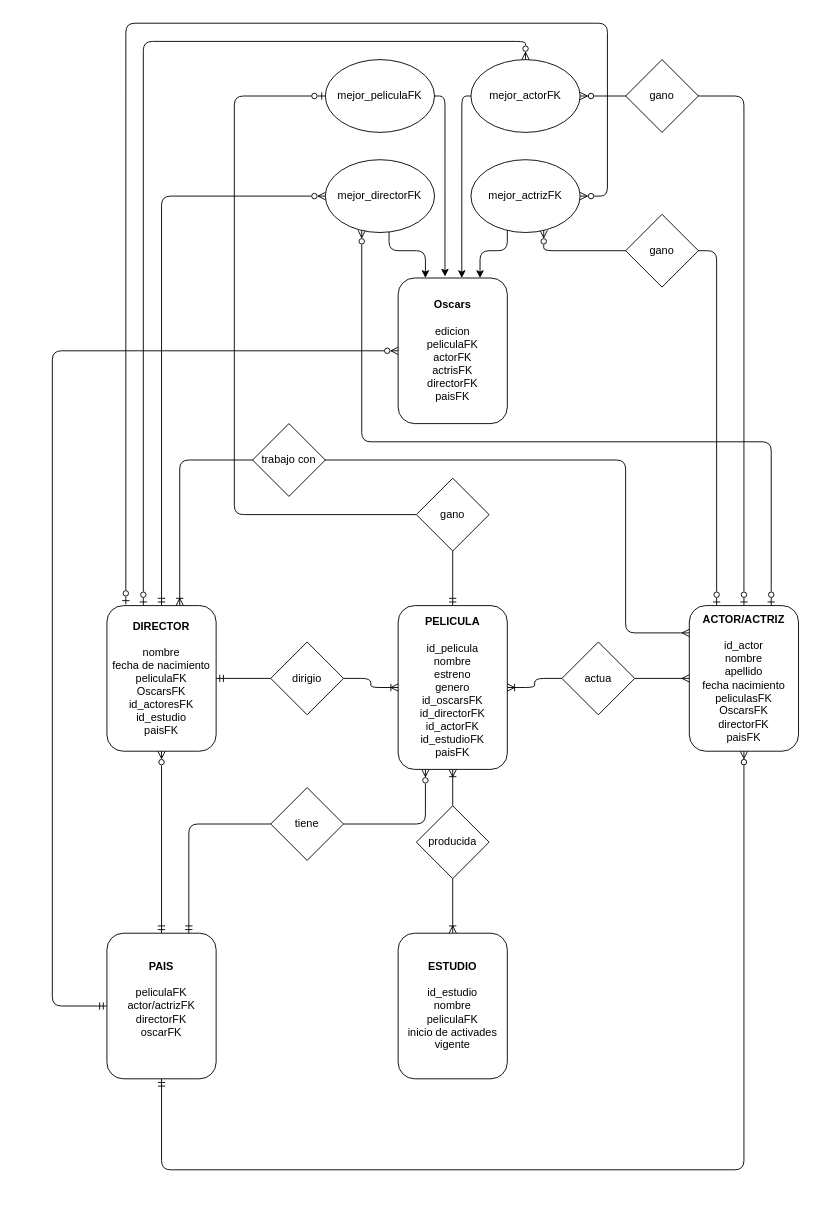
Earlier version of the draw.io diagram Diagrama.drawio (EmanuelRigo/pre-entrega-1-sql-coderhouse). Source tidied: cells renumbered, new cells numbered last; positions are measured from the earlier drawing's top-left corner, leaving out a move shared by most shapes. Both pictures are drawn from the tidied source at 91%, with x=0, y=0 at pixel (52, 23).
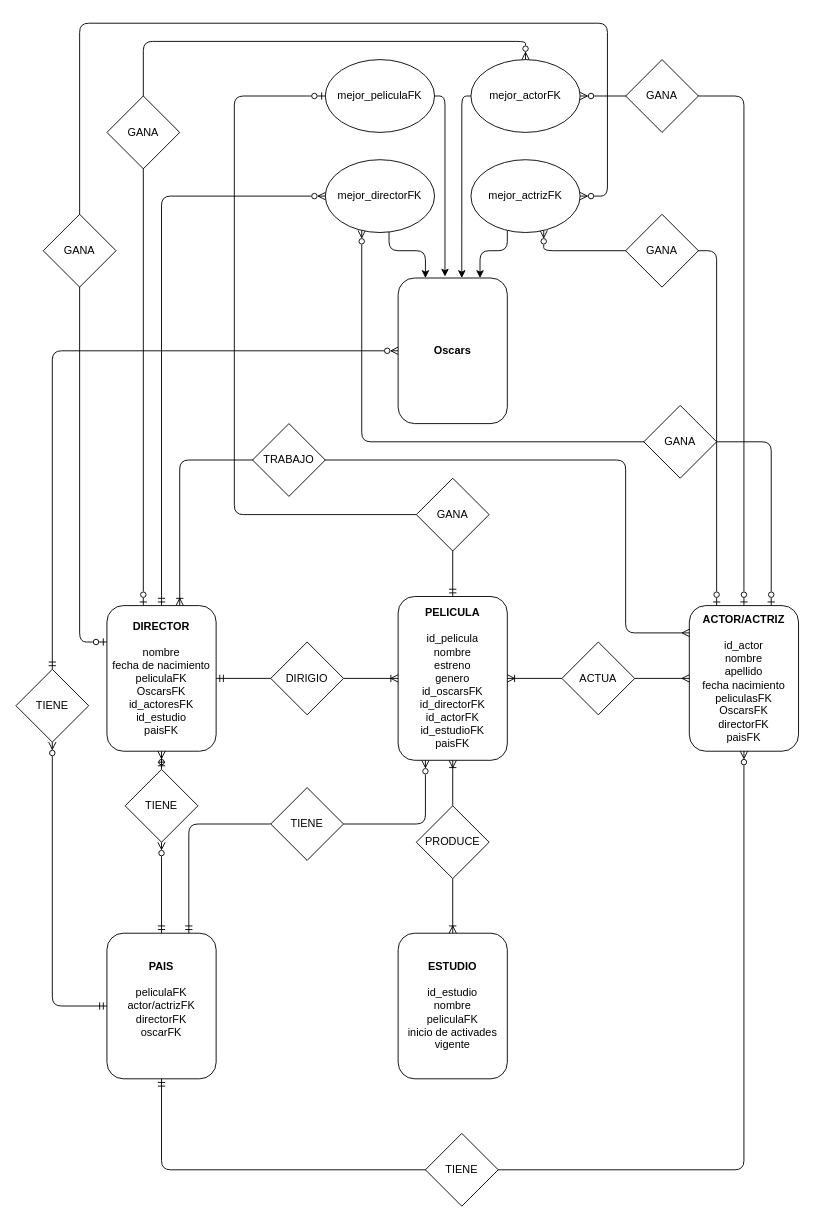
The same diagram, later.

The change refers to these unchanged cells:
```xml
<mxCell id="17" value="mejor_actrizFK" style="ellipse;whiteSpace=wrap;html=1;" parent="1" vertex="1">
  <mxGeometry x="460" y="150" width="120" height="80" as="geometry" />
</mxCell>
<mxCell id="28" value="&lt;b&gt;DIRECTOR&lt;/b&gt;&lt;br&gt;&lt;div&gt;&lt;b&gt;&lt;br&gt;&lt;/b&gt;&lt;/div&gt;&lt;div&gt;nombre&lt;/div&gt;&lt;div&gt;fecha de nacimiento&lt;/div&gt;&lt;div&gt;peliculaFK&lt;/div&gt;&lt;div&gt;OscarsFK&lt;/div&gt;&lt;div&gt;id_actoresFK&lt;/div&gt;&lt;div&gt;id_estudio&lt;/div&gt;&lt;div&gt;paisFK&lt;/div&gt;" style="rounded=1;whiteSpace=wrap;html=1;" parent="1" vertex="1">
  <mxGeometry x="60" y="640" width="120" height="160" as="geometry" />
</mxCell>
<mxCell id="36" value="&lt;b&gt;PAIS&lt;/b&gt;&lt;br&gt;&lt;div&gt;&lt;b&gt;&lt;br&gt;&lt;/b&gt;&lt;/div&gt;&lt;div&gt;peliculaFK&lt;/div&gt;&lt;div&gt;actor/actrizFK&lt;/div&gt;&lt;div&gt;directorFK&lt;/div&gt;&lt;div&gt;oscarFK&lt;/div&gt;&lt;div&gt;&lt;br&gt;&lt;/div&gt;" style="rounded=1;whiteSpace=wrap;html=1;" parent="1" vertex="1">
  <mxGeometry x="60" y="1000" width="120" height="160" as="geometry" />
</mxCell>
```

Change to the diagram source:
```diff
@@
     <mxCell id="2" value="&lt;b&gt;PELICULA&lt;/b&gt;&lt;div&gt;&lt;b&gt;&lt;br&gt;&lt;/b&gt;&lt;/div&gt;&lt;div&gt;id_pelicula&lt;/div&gt;&lt;div&gt;nombre&lt;/div&gt;&lt;div&gt;estreno&lt;/div&gt;&lt;div&gt;genero&lt;/div&gt;&lt;div&gt;id_oscarsFK&lt;/div&gt;&lt;div&gt;id_directorFK&lt;/div&gt;&lt;div&gt;id_actorFK&lt;/div&gt;&lt;div&gt;id_estudioFK&lt;/div&gt;&lt;div&gt;paisFK&lt;/div&gt;" style="rounded=1;whiteSpace=wrap;html=1;" parent="1" vertex="1">
-      <mxGeometry x="380" y="640" width="120" height="180" as="geometry" />
+      <mxGeometry x="380" y="630" width="120" height="180" as="geometry" />
     </mxCell>
@@
-    <mxCell id="6" value="producida" style="rhombus;whiteSpace=wrap;html=1;" parent="1" vertex="1">
+    <mxCell id="6" value="PRODUCE" style="rhombus;whiteSpace=wrap;html=1;" parent="1" vertex="1">
       <mxGeometry x="400" y="860" width="80" height="80" as="geometry" />
     </mxCell>
@@
-    <mxCell id="10" value="actua" style="rhombus;whiteSpace=wrap;html=1;" parent="1" vertex="1">
+    <mxCell id="10" value="ACTUA" style="rhombus;whiteSpace=wrap;html=1;" parent="1" vertex="1">
       <mxGeometry x="560" y="680" width="80" height="80" as="geometry" />
     </mxCell>
-    <mxCell id="11" value="&lt;b&gt;Oscars&lt;/b&gt;&lt;div&gt;&lt;br&gt;&lt;/div&gt;&lt;div&gt;edicion&lt;/div&gt;&lt;div&gt;peliculaFK&lt;/div&gt;&lt;div&gt;actorFK&lt;/div&gt;&lt;div&gt;actrisFK&lt;/div&gt;&lt;div&gt;directorFK&lt;/div&gt;&lt;div&gt;paisFK&lt;/div&gt;" style="rounded=1;whiteSpace=wrap;html=1;" parent="1" vertex="1">
+    <mxCell id="11" value="&lt;b&gt;Oscars&lt;/b&gt;" style="rounded=1;whiteSpace=wrap;html=1;" parent="1" vertex="1">
       <mxGeometry x="380" y="280" width="120" height="160" as="geometry" />
     </mxCell>
@@
-    <mxCell id="14" value="gano" style="rhombus;whiteSpace=wrap;html=1;" parent="1" vertex="1">
+    <mxCell id="14" value="GANA" style="rhombus;whiteSpace=wrap;html=1;" parent="1" vertex="1">
       <mxGeometry x="400" y="500" width="80" height="80" as="geometry" />
     </mxCell>
@@
-    <mxCell id="31" value="dirigio" style="rhombus;whiteSpace=wrap;html=1;" parent="1" vertex="1">
+    <mxCell id="31" value="DIRIGIO" style="rhombus;whiteSpace=wrap;html=1;" parent="1" vertex="1">
       <mxGeometry x="240" y="680" width="80" height="80" as="geometry" />
     </mxCell>
@@
-    <mxCell id="33" style="edgeStyle=orthogonalEdgeStyle;rounded=1;jettySize=auto;html=1;entryX=0.5;entryY=1;entryDx=0;entryDy=0;endArrow=ERzeroToMany;endFill=0;startArrow=ERmandOne;startFill=0;" parent="1" edge="1" source="36" target="28">
+    <mxCell id="33" style="edgeStyle=orthogonalEdgeStyle;rounded=1;jettySize=auto;html=1;entryX=0.5;entryY=1;entryDx=0;entryDy=0;endArrow=ERzeroToMany;endFill=0;startArrow=ERmandOne;startFill=0;" parent="1" edge="1" source="45" target="28">
       <mxGeometry relative="1" as="geometry" />
     </mxCell>
@@
-    <mxCell id="35" style="edgeStyle=orthogonalEdgeStyle;rounded=1;jettySize=auto;html=1;curved=0;startArrow=ERmandOne;startFill=0;endArrow=ERzeroToMany;endFill=0;" parent="1" edge="1" source="36" target="11">
+    <mxCell id="35" style="edgeStyle=orthogonalEdgeStyle;rounded=1;jettySize=auto;html=1;curved=0;startArrow=ERmandOne;startFill=0;endArrow=ERzeroToMany;endFill=0;" parent="1" edge="1" source="47" target="11">
       <mxGeometry relative="1" as="geometry">
         <Array as="points">
-          <mxPoint y="1080" />
           <mxPoint y="360" />
         </Array>
       </mxGeometry>
     </mxCell>
@@
-    <mxCell id="38" value="tiene" style="rhombus;whiteSpace=wrap;html=1;" parent="1" vertex="1">
+    <mxCell id="38" value="TIENE" style="rhombus;whiteSpace=wrap;html=1;" parent="1" vertex="1">
       <mxGeometry x="240" y="840" width="80" height="80" as="geometry" />
     </mxCell>
@@
-    <mxCell id="40" value="trabajo con" style="rhombus;whiteSpace=wrap;html=1;" parent="1" vertex="1">
+    <mxCell id="40" value="TRABAJO" style="rhombus;whiteSpace=wrap;html=1;" parent="1" vertex="1">
       <mxGeometry x="220" y="440" width="80" height="80" as="geometry" />
     </mxCell>
-    <mxCell id="41" style="edgeStyle=orthogonalEdgeStyle;rounded=1;jettySize=auto;html=1;entryX=0.173;entryY=-0.009;entryDx=0;entryDy=0;entryPerimeter=0;curved=0;endArrow=ERzeroToOne;endFill=0;startArrow=ERzeroToMany;startFill=0;" parent="1" edge="1" source="17" target="28">
+    <mxCell id="41" style="edgeStyle=orthogonalEdgeStyle;rounded=1;jettySize=auto;html=1;curved=0;endArrow=ERzeroToOne;endFill=0;startArrow=ERzeroToMany;startFill=0;" parent="1" edge="1" source="17" target="28">
       <mxGeometry relative="1" as="geometry">
         <Array as="points">
           <mxPoint x="610" y="190" />
           <mxPoint x="610" />
-          <mxPoint x="81" />
+          <mxPoint x="30" />
+          <mxPoint x="30" y="680" />
         </Array>
       </mxGeometry>
     </mxCell>
-    <mxCell id="42" value="gano" style="rhombus;whiteSpace=wrap;html=1;" parent="1" vertex="1">
+    <mxCell id="42" value="GANA" style="rhombus;whiteSpace=wrap;html=1;" parent="1" vertex="1">
       <mxGeometry x="630" y="210" width="80" height="80" as="geometry" />
     </mxCell>
-    <mxCell id="43" value="gano" style="rhombus;whiteSpace=wrap;html=1;" parent="1" vertex="1">
+    <mxCell id="43" value="GANA" style="rhombus;whiteSpace=wrap;html=1;" parent="1" vertex="1">
       <mxGeometry x="630" y="40" width="80" height="80" as="geometry" />
     </mxCell>
+    <mxCell id="44" style="edgeStyle=orthogonalEdgeStyle;rounded=1;jettySize=auto;html=1;entryX=0.5;entryY=1;entryDx=0;entryDy=0;endArrow=ERzeroToMany;endFill=0;startArrow=ERmandOne;startFill=0;" parent="1" edge="1" source="36" target="45">
+      <mxGeometry relative="1" as="geometry" />
+    </mxCell>
+    <mxCell id="45" value="TIENE" style="rhombus;whiteSpace=wrap;html=1;" parent="1" vertex="1">
+      <mxGeometry x="80" y="820" width="80" height="80" as="geometry" />
+    </mxCell>
+    <mxCell id="46" style="edgeStyle=orthogonalEdgeStyle;rounded=1;jettySize=auto;html=1;curved=0;startArrow=ERmandOne;startFill=0;endArrow=ERzeroToMany;endFill=0;" parent="1" edge="1" source="36" target="47">
+      <mxGeometry relative="1" as="geometry">
+        <Array as="points">
+          <mxPoint y="1080" />
+        </Array>
+      </mxGeometry>
+    </mxCell>
+    <mxCell id="47" value="TIENE" style="rhombus;whiteSpace=wrap;html=1;" parent="1" vertex="1">
+      <mxGeometry x="-40" y="710" width="80" height="80" as="geometry" />
+    </mxCell>
+    <mxCell id="48" value="TIENE" style="rhombus;whiteSpace=wrap;html=1;" parent="1" vertex="1">
+      <mxGeometry x="410" y="1220" width="80" height="80" as="geometry" />
+    </mxCell>
+    <mxCell id="49" value="GANA" style="rhombus;whiteSpace=wrap;html=1;" parent="1" vertex="1">
+      <mxGeometry x="650" y="420" width="80" height="80" as="geometry" />
+    </mxCell>
+    <mxCell id="50" value="GANA" style="rhombus;whiteSpace=wrap;html=1;" parent="1" vertex="1">
+      <mxGeometry x="60" y="80" width="80" height="80" as="geometry" />
+    </mxCell>
+    <mxCell id="51" value="GANA" style="rhombus;whiteSpace=wrap;html=1;" parent="1" vertex="1">
+      <mxGeometry x="-10" y="210" width="80" height="80" as="geometry" />
+    </mxCell>
```
